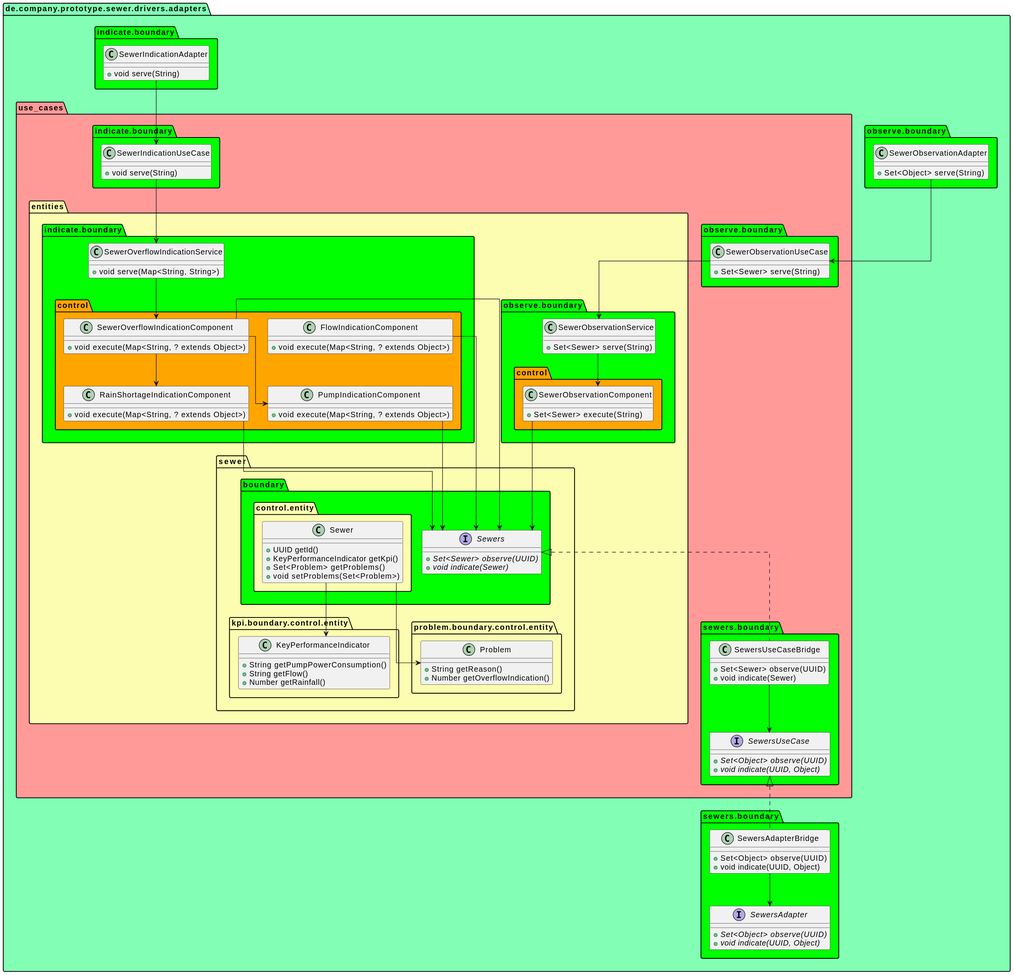
Earlier version of the PlantUML export doc/uml/svg/adapters.svg (Pankraz76/sewers2).
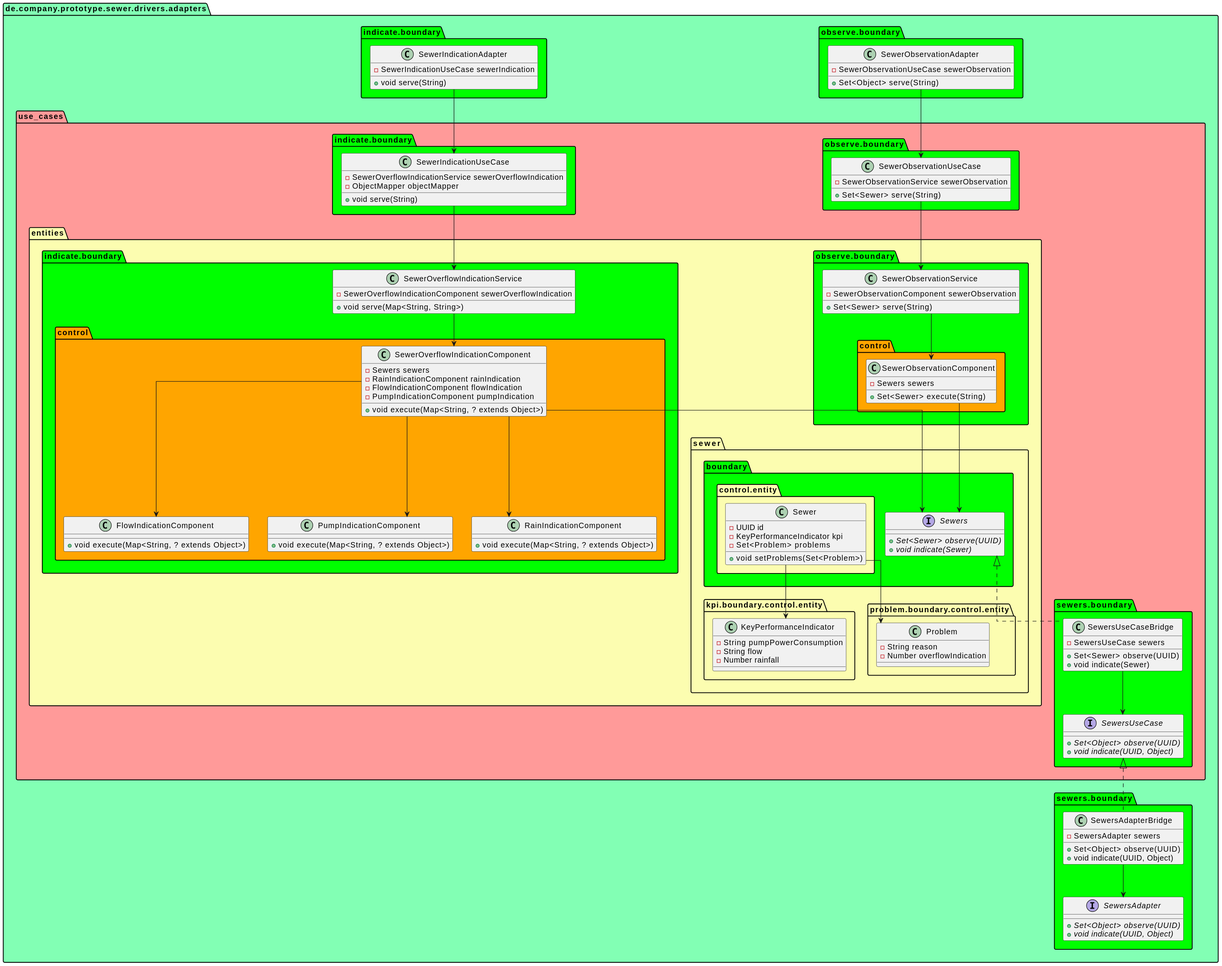
After the change.

Change to the diagram source:
```diff
@@ -27,9 +27,13 @@
 package boundary as de.company.prototype.sewer.drivers.adapters.use_cases.sewers.boundary #lime {}
 
 class "SewerIndicationAdapter" as de.company.prototype.sewer.drivers.adapters.indicate.boundary.SewerIndicationAdapter {
+  -SewerIndicationUseCase sewerIndication
+  __
   +void serve(String)
 }
 class "SewerObservationAdapter" as de.company.prototype.sewer.drivers.adapters.observe.boundary.SewerObservationAdapter {
+  -SewerObservationUseCase sewerObservation
+  __
   +Set<Object> serve(String)
 }
 interface "SewersAdapter" as de.company.prototype.sewer.drivers.adapters.sewers.boundary.SewersAdapter {
@@ -37,10 +41,14 @@
   + {abstract}void indicate(UUID, Object)
 }
 class "SewersAdapterBridge" as de.company.prototype.sewer.drivers.adapters.sewers.boundary.SewersAdapterBridge {
+  -SewersAdapter sewers
+  __
   +Set<Object> observe(UUID)
   +void indicate(UUID, Object)
 }
 class "SewerOverflowIndicationService" as de.company.prototype.sewer.drivers.adapters.use_cases.entities.indicate.boundary.SewerOverflowIndicationService {
+  -SewerOverflowIndicationComponent sewerOverflowIndication
+  __
   +void serve(Map<String, String>)
 }
 class "FlowIndicationComponent" as de.company.prototype.sewer.drivers.adapters.use_cases.entities.indicate.boundary.control.FlowIndicationComponent {
@@ -49,16 +57,25 @@
 class "PumpIndicationComponent" as de.company.prototype.sewer.drivers.adapters.use_cases.entities.indicate.boundary.control.PumpIndicationComponent {
   +void execute(Map<String, ? extends Object>)
 }
-class "RainShortageIndicationComponent" as de.company.prototype.sewer.drivers.adapters.use_cases.entities.indicate.boundary.control.RainShortageIndicationComponent {
+class "RainIndicationComponent" as de.company.prototype.sewer.drivers.adapters.use_cases.entities.indicate.boundary.control.RainIndicationComponent {
   +void execute(Map<String, ? extends Object>)
 }
 class "SewerOverflowIndicationComponent" as de.company.prototype.sewer.drivers.adapters.use_cases.entities.indicate.boundary.control.SewerOverflowIndicationComponent {
+  -Sewers sewers
+  -RainIndicationComponent rainIndication
+  -FlowIndicationComponent flowIndication
+  -PumpIndicationComponent pumpIndication
+  __
   +void execute(Map<String, ? extends Object>)
 }
 class "SewerObservationService" as de.company.prototype.sewer.drivers.adapters.use_cases.entities.observe.boundary.SewerObservationService {
+  -SewerObservationComponent sewerObservation
+  __
   +Set<Sewer> serve(String)
 }
 class "SewerObservationComponent" as de.company.prototype.sewer.drivers.adapters.use_cases.entities.observe.boundary.control.SewerObservationComponent {
+  -Sewers sewers
+  __
   +Set<Sewer> execute(String)
 }
 interface "Sewers" as de.company.prototype.sewer.drivers.adapters.use_cases.entities.sewer.boundary.Sewers {
@@ -66,24 +83,30 @@
   + {abstract}void indicate(Sewer)
 }
 class "Sewer" as de.company.prototype.sewer.drivers.adapters.use_cases.entities.sewer.boundary.control.entity.Sewer {
-  +UUID getId()
-  +KeyPerformanceIndicator getKpi()
-  +Set<Problem> getProblems()
+  -UUID id
+  -KeyPerformanceIndicator kpi
+  -Set<Problem> problems
+  __
   +void setProblems(Set<Problem>)
 }
 class "KeyPerformanceIndicator" as de.company.prototype.sewer.drivers.adapters.use_cases.entities.sewer.kpi.boundary.control.entity.KeyPerformanceIndicator {
-  +String getPumpPowerConsumption()
-  +String getFlow()
-  +Number getRainfall()
+  -String pumpPowerConsumption
+  -String flow
+  -Number rainfall
 }
 class "Problem" as de.company.prototype.sewer.drivers.adapters.use_cases.entities.sewer.problem.boundary.control.entity.Problem {
-  +String getReason()
-  +Number getOverflowIndication()
+  -String reason
+  -Number overflowIndication
 }
 class "SewerIndicationUseCase" as de.company.prototype.sewer.drivers.adapters.use_cases.indicate.boundary.SewerIndicationUseCase {
+  -SewerOverflowIndicationService sewerOverflowIndication
+  -ObjectMapper objectMapper
+  __
   +void serve(String)
 }
 class "SewerObservationUseCase" as de.company.prototype.sewer.drivers.adapters.use_cases.observe.boundary.SewerObservationUseCase {
+  -SewerObservationService sewerObservation
+  __
   +Set<Sewer> serve(String)
 }
 interface "SewersUseCase" as de.company.prototype.sewer.drivers.adapters.use_cases.sewers.boundary.SewersUseCase {
@@ -91,6 +114,8 @@
   + {abstract}void indicate(UUID, Object)
 }
 class "SewersUseCaseBridge" as de.company.prototype.sewer.drivers.adapters.use_cases.sewers.boundary.SewersUseCaseBridge {
+  -SewersUseCase sewers
+  __
   +Set<Sewer> observe(UUID)
   +void indicate(Sewer)
 }
@@ -99,12 +124,10 @@
 de.company.prototype.sewer.drivers.adapters.sewers.boundary.SewersAdapterBridge .u.|> de.company.prototype.sewer.drivers.adapters.use_cases.sewers.boundary.SewersUseCase
 de.company.prototype.sewer.drivers.adapters.sewers.boundary.SewersAdapterBridge --> de.company.prototype.sewer.drivers.adapters.sewers.boundary.SewersAdapter
 de.company.prototype.sewer.drivers.adapters.use_cases.entities.indicate.boundary.SewerOverflowIndicationService --> de.company.prototype.sewer.drivers.adapters.use_cases.entities.indicate.boundary.control.SewerOverflowIndicationComponent
-de.company.prototype.sewer.drivers.adapters.use_cases.entities.indicate.boundary.control.FlowIndicationComponent --> de.company.prototype.sewer.drivers.adapters.use_cases.entities.sewer.boundary.Sewers
-de.company.prototype.sewer.drivers.adapters.use_cases.entities.indicate.boundary.control.PumpIndicationComponent --> de.company.prototype.sewer.drivers.adapters.use_cases.entities.sewer.boundary.Sewers
-de.company.prototype.sewer.drivers.adapters.use_cases.entities.indicate.boundary.control.RainShortageIndicationComponent --> de.company.prototype.sewer.drivers.adapters.use_cases.entities.sewer.boundary.Sewers
-de.company.prototype.sewer.drivers.adapters.use_cases.entities.indicate.boundary.control.SewerOverflowIndicationComponent --> de.company.prototype.sewer.drivers.adapters.use_cases.entities.indicate.boundary.control.RainShortageIndicationComponent
 de.company.prototype.sewer.drivers.adapters.use_cases.entities.indicate.boundary.control.SewerOverflowIndicationComponent --> de.company.prototype.sewer.drivers.adapters.use_cases.entities.sewer.boundary.Sewers
+de.company.prototype.sewer.drivers.adapters.use_cases.entities.indicate.boundary.control.SewerOverflowIndicationComponent --> de.company.prototype.sewer.drivers.adapters.use_cases.entities.indicate.boundary.control.RainIndicationComponent
 de.company.prototype.sewer.drivers.adapters.use_cases.entities.indicate.boundary.control.SewerOverflowIndicationComponent --> de.company.prototype.sewer.drivers.adapters.use_cases.entities.indicate.boundary.control.PumpIndicationComponent
+de.company.prototype.sewer.drivers.adapters.use_cases.entities.indicate.boundary.control.SewerOverflowIndicationComponent --> de.company.prototype.sewer.drivers.adapters.use_cases.entities.indicate.boundary.control.FlowIndicationComponent
 de.company.prototype.sewer.drivers.adapters.use_cases.entities.observe.boundary.SewerObservationService --> de.company.prototype.sewer.drivers.adapters.use_cases.entities.observe.boundary.control.SewerObservationComponent
 de.company.prototype.sewer.drivers.adapters.use_cases.entities.observe.boundary.control.SewerObservationComponent --> de.company.prototype.sewer.drivers.adapters.use_cases.entities.sewer.boundary.Sewers
 de.company.prototype.sewer.drivers.adapters.use_cases.entities.sewer.boundary.control.entity.Sewer --> de.company.prototype.sewer.drivers.adapters.use_cases.entities.sewer.problem.boundary.control.entity.Problem
```
